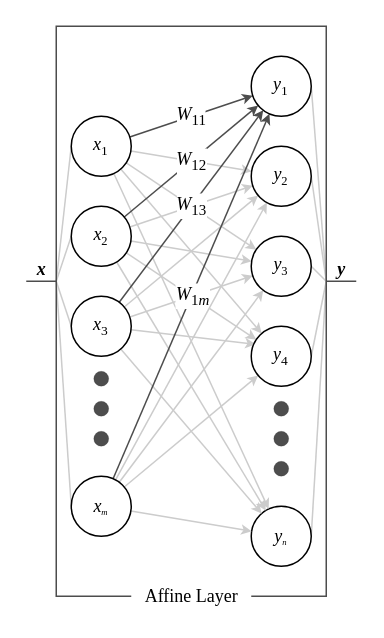
dragoon8192/LaundryTag keeps this draw.io diagram as img/layers.drawio. Above is the earlier version. Source tidied: cells renumbered, new cells numbered last; positions are measured from the earlier drawing's top-left corner, leaving out a move shared by most shapes. Both pictures are drawn from the tidied source at 150%, with x=0, y=0 at pixel (26, 26).
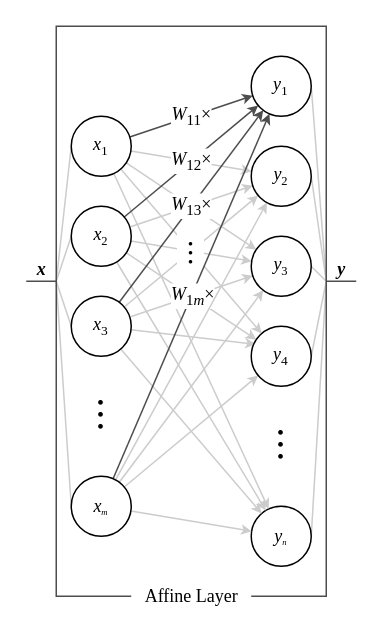
The same page after the edit.

Commit message:
layers.drawio を更新します

Unchanged cells that the change refers to:
```xml
<mxCell id="36" style="endArrow=classic;html=1;rounded=0;labelBackgroundColor=default;sketch=0;strokeColor=#4D4D4D;strokeWidth=1;fontFamily=Times New Roman;fontSize=12;fontColor=default;startSize=4;endSize=4;sourcePerimeterSpacing=0;targetPerimeterSpacing=0;shape=connector;jumpStyle=none;jumpSize=4;" parent="1" edge="1" source="49" target="50">
  <mxGeometry relative="1" as="geometry" />
</mxCell>
<mxCell id="46" value="&lt;font size=&quot;1&quot; face=&quot;Times New Roman&quot;&gt;&lt;i style=&quot;font-size: 12px;&quot;&gt;x&lt;/i&gt;&lt;/font&gt;&lt;font size=&quot;1&quot; face=&quot;Times New Roman&quot; style=&quot;&quot;&gt;&lt;sub style=&quot;font-size: 9px;&quot;&gt;1&lt;/sub&gt;&lt;/font&gt;" style="ellipse;whiteSpace=wrap;html=1;" parent="1" vertex="1">
  <mxGeometry x="30" y="60" width="40" height="40" as="geometry" />
</mxCell>
<mxCell id="47" value="&lt;font size=&quot;1&quot; face=&quot;Times New Roman&quot;&gt;&lt;i style=&quot;font-size: 12px;&quot;&gt;x&lt;/i&gt;&lt;/font&gt;&lt;font face=&quot;Times New Roman&quot; style=&quot;font-size: 10px;&quot;&gt;&lt;sub&gt;2&lt;/sub&gt;&lt;/font&gt;" style="ellipse;whiteSpace=wrap;html=1;" parent="1" vertex="1">
  <mxGeometry x="30" y="120" width="40" height="40" as="geometry" />
</mxCell>
<mxCell id="48" value="&lt;font size=&quot;1&quot; face=&quot;Times New Roman&quot;&gt;&lt;i style=&quot;font-size: 12px;&quot;&gt;x&lt;/i&gt;&lt;/font&gt;&lt;font size=&quot;1&quot; face=&quot;Times New Roman&quot; style=&quot;&quot;&gt;&lt;sub style=&quot;font-size: 9px;&quot;&gt;3&lt;/sub&gt;&lt;/font&gt;" style="ellipse;whiteSpace=wrap;html=1;" parent="1" vertex="1">
  <mxGeometry x="30" y="180" width="40" height="40" as="geometry" />
</mxCell>
<mxCell id="50" value="&lt;font face=&quot;Times New Roman&quot; style=&quot;&quot;&gt;&lt;span style=&quot;font-size: 12px;&quot;&gt;&lt;i style=&quot;&quot;&gt;y&lt;/i&gt;&lt;/span&gt;&lt;sub style=&quot;font-size: 9px;&quot;&gt;1&lt;/sub&gt;&lt;/font&gt;" style="ellipse;whiteSpace=wrap;html=1;" parent="1" vertex="1">
  <mxGeometry x="150" y="20" width="40" height="40" as="geometry" />
</mxCell>
<mxCell id="51" value="&lt;font size=&quot;1&quot; face=&quot;Times New Roman&quot;&gt;&lt;i style=&quot;font-size: 12px;&quot;&gt;y&lt;/i&gt;&lt;/font&gt;&lt;font face=&quot;Times New Roman&quot; style=&quot;font-size: 10px;&quot;&gt;&lt;sub&gt;2&lt;/sub&gt;&lt;/font&gt;" style="ellipse;whiteSpace=wrap;html=1;" parent="1" vertex="1">
  <mxGeometry x="150" y="80" width="40" height="40" as="geometry" />
</mxCell>
<mxCell id="52" value="&lt;font size=&quot;1&quot; face=&quot;Times New Roman&quot;&gt;&lt;i style=&quot;font-size: 12px;&quot;&gt;y&lt;/i&gt;&lt;/font&gt;&lt;font size=&quot;1&quot; face=&quot;Times New Roman&quot; style=&quot;&quot;&gt;&lt;sub style=&quot;font-size: 9px;&quot;&gt;4&lt;/sub&gt;&lt;/font&gt;" style="ellipse;whiteSpace=wrap;html=1;" parent="1" vertex="1">
  <mxGeometry x="150" y="200" width="40" height="40" as="geometry" />
</mxCell>
<mxCell id="53" value="&lt;font size=&quot;1&quot; face=&quot;Times New Roman&quot;&gt;&lt;i style=&quot;font-size: 12px;&quot;&gt;y&lt;/i&gt;&lt;/font&gt;&lt;font face=&quot;Times New Roman&quot; style=&quot;font-size: 10px;&quot;&gt;&lt;sub&gt;3&lt;/sub&gt;&lt;/font&gt;" style="ellipse;whiteSpace=wrap;html=1;" parent="1" vertex="1">
  <mxGeometry x="150" y="140" width="40" height="40" as="geometry" />
</mxCell>
```

Change to the diagram source:
```diff
@@
+    <mxCell id="28" style="endArrow=classic;html=1;rounded=0;labelBackgroundColor=default;sketch=0;strokeColor=#CCCCCC;strokeWidth=1;fontFamily=Times New Roman;fontSize=12;fontColor=default;startSize=4;endSize=4;sourcePerimeterSpacing=0;targetPerimeterSpacing=0;shape=connector;jumpStyle=none;jumpSize=4;" parent="1" edge="1" source="46" target="52">
+      <mxGeometry relative="1" as="geometry" />
+    </mxCell>
+    <mxCell id="33" style="endArrow=classic;html=1;rounded=0;labelBackgroundColor=default;sketch=0;strokeColor=#CCCCCC;strokeWidth=1;fontFamily=Times New Roman;fontSize=12;fontColor=default;startSize=4;endSize=4;sourcePerimeterSpacing=0;targetPerimeterSpacing=0;shape=connector;jumpStyle=none;jumpSize=4;" parent="1" edge="1" source="48" target="51">
+      <mxGeometry relative="1" as="geometry" />
+    </mxCell>
+    <mxCell id="30" style="endArrow=classic;html=1;rounded=0;labelBackgroundColor=default;sketch=0;strokeColor=#CCCCCC;strokeWidth=1;fontFamily=Times New Roman;fontSize=12;fontColor=default;startSize=4;endSize=4;sourcePerimeterSpacing=0;targetPerimeterSpacing=0;shape=connector;jumpStyle=none;jumpSize=4;" parent="1" edge="1" source="47" target="53">
+      <mxGeometry relative="1" as="geometry" />
+    </mxCell>
@@
-    <mxCell id="11" style="group;" parent="1" vertex="1">
+    <mxCell id="11" style="group;labelBackgroundColor=none;spacing=0;" parent="1" vertex="1">
       <mxGeometry x="20" width="180" height="390" as="geometry" />
     </mxCell>
@@
-    <mxCell id="15" style="group;" parent="1" vertex="1">
-      <mxGeometry x="45" y="230" width="10" height="50" as="geometry" />
-    </mxCell>
-    <mxCell id="16" style="ellipse;whiteSpace=wrap;html=1;strokeWidth=0;fontFamily=Times New Roman;fontSize=12;fillColor=#4D4D4D;" parent="15" vertex="1">
-      <mxGeometry width="10" height="10" as="geometry" />
-    </mxCell>
-    <mxCell id="17" style="ellipse;whiteSpace=wrap;html=1;strokeWidth=0;fontFamily=Times New Roman;fontSize=12;fillColor=#4D4D4D;" parent="15" vertex="1">
-      <mxGeometry y="20" width="10" height="10" as="geometry" />
-    </mxCell>
-    <mxCell id="18" style="ellipse;whiteSpace=wrap;html=1;strokeWidth=0;fontFamily=Times New Roman;fontSize=12;fillColor=#4D4D4D;" parent="15" vertex="1">
-      <mxGeometry y="40" width="10" height="10" as="geometry" />
-    </mxCell>
-    <mxCell id="19" style="group;" parent="1" vertex="1">
-      <mxGeometry x="165" y="250" width="10" height="50" as="geometry" />
-    </mxCell>
-    <mxCell id="20" style="ellipse;whiteSpace=wrap;html=1;strokeWidth=0;fontFamily=Times New Roman;fontSize=12;fillColor=#4D4D4D;" parent="19" vertex="1">
-      <mxGeometry width="10" height="10" as="geometry" />
-    </mxCell>
-    <mxCell id="21" style="ellipse;whiteSpace=wrap;html=1;strokeWidth=0;fontFamily=Times New Roman;fontSize=12;fillColor=#4D4D4D;" parent="19" vertex="1">
-      <mxGeometry y="20" width="10" height="10" as="geometry" />
-    </mxCell>
-    <mxCell id="22" style="ellipse;whiteSpace=wrap;html=1;strokeWidth=0;fontFamily=Times New Roman;fontSize=12;fillColor=#4D4D4D;" parent="19" vertex="1">
-      <mxGeometry y="40" width="10" height="10" as="geometry" />
-    </mxCell>
+    <mxCell id="54" value="&lt;span style=&quot;color: rgb(0, 0, 0); font-family: &amp;quot;Times New Roman&amp;quot;; font-size: 24px; font-style: normal; font-variant-ligatures: normal; font-variant-caps: normal; font-weight: 400; letter-spacing: normal; orphans: 2; text-indent: 0px; text-transform: none; widows: 2; word-spacing: 0px; -webkit-text-stroke-width: 0px; text-decoration-thickness: initial; text-decoration-style: initial; text-decoration-color: initial; float: none; display: inline !important;&quot;&gt;︙&lt;/span&gt;" style="text;whiteSpace=wrap;html=1;fontFamily=Times New Roman;align=center;verticalAlign=middle;fontSize=24;labelBackgroundColor=none;" parent="11" vertex="1">
+      <mxGeometry x="20" y="240" width="20" height="40" as="geometry" />
+    </mxCell>
+    <mxCell id="55" value="&lt;span style=&quot;color: rgb(0, 0, 0); font-family: &amp;quot;Times New Roman&amp;quot;; font-size: 24px; font-style: normal; font-variant-ligatures: normal; font-variant-caps: normal; font-weight: 400; letter-spacing: normal; orphans: 2; text-indent: 0px; text-transform: none; widows: 2; word-spacing: 0px; -webkit-text-stroke-width: 0px; text-decoration-thickness: initial; text-decoration-style: initial; text-decoration-color: initial; float: none; display: inline !important;&quot;&gt;︙&lt;/span&gt;" style="text;whiteSpace=wrap;html=1;fontFamily=Times New Roman;align=center;verticalAlign=middle;fontSize=24;labelBackgroundColor=none;" parent="11" vertex="1">
+      <mxGeometry x="140" y="260" width="20" height="40" as="geometry" />
+    </mxCell>
+    <mxCell id="56" value="&lt;span style=&quot;color: rgb(0, 0, 0); font-family: &amp;quot;Times New Roman&amp;quot;; font-style: normal; font-variant-ligatures: normal; font-variant-caps: normal; font-weight: 400; letter-spacing: normal; orphans: 2; text-indent: 0px; text-transform: none; widows: 2; word-spacing: 0px; -webkit-text-stroke-width: 0px; text-decoration-thickness: initial; text-decoration-style: initial; text-decoration-color: initial; float: none; display: inline !important;&quot;&gt;&lt;font style=&quot;font-size: 18px;&quot;&gt;︙&lt;/font&gt;&lt;/span&gt;" style="text;whiteSpace=wrap;html=1;fontFamily=Times New Roman;align=center;verticalAlign=middle;fontSize=24;spacing=0;labelBackgroundColor=default;" parent="11" vertex="1">
+      <mxGeometry x="80" y="130" width="20" height="40" as="geometry" />
+    </mxCell>
-    <mxCell id="23" value="&lt;span style=&quot;font-size: 12px;&quot;&gt;&lt;i style=&quot;&quot;&gt;W&lt;/i&gt;&lt;/span&gt;&lt;sub&gt;11&lt;/sub&gt;" style="endArrow=classic;html=1;rounded=0;labelBackgroundColor=default;sketch=0;strokeColor=#4D4D4D;strokeWidth=1;fontFamily=Times New Roman;fontSize=12;fontColor=default;startSize=4;endSize=4;sourcePerimeterSpacing=0;targetPerimeterSpacing=0;shape=connector;jumpStyle=none;jumpSize=4;" parent="1" edge="1" source="46" target="50">
+    <mxCell id="23" value="&lt;span style=&quot;font-size: 12px;&quot;&gt;&lt;i style=&quot;&quot;&gt;W&lt;/i&gt;&lt;/span&gt;&lt;sub&gt;11&lt;/sub&gt;×" style="endArrow=classic;html=1;rounded=0;labelBackgroundColor=default;sketch=0;strokeColor=#4D4D4D;strokeWidth=1;fontFamily=Times New Roman;fontSize=12;fontColor=default;startSize=4;endSize=4;sourcePerimeterSpacing=0;targetPerimeterSpacing=0;shape=connector;jumpStyle=none;jumpSize=4;" parent="1" edge="1" source="46" target="50">
       <mxGeometry relative="1" as="geometry" />
     </mxCell>
@@
-    <mxCell id="28" style="endArrow=classic;html=1;rounded=0;labelBackgroundColor=default;sketch=0;strokeColor=#CCCCCC;strokeWidth=1;fontFamily=Times New Roman;fontSize=12;fontColor=default;startSize=4;endSize=4;sourcePerimeterSpacing=0;targetPerimeterSpacing=0;shape=connector;jumpStyle=none;jumpSize=4;" parent="1" edge="1" source="46" target="52">
-      <mxGeometry relative="1" as="geometry" />
-    </mxCell>
@@
-    <mxCell id="30" style="endArrow=classic;html=1;rounded=0;labelBackgroundColor=default;sketch=0;strokeColor=#CCCCCC;strokeWidth=1;fontFamily=Times New Roman;fontSize=12;fontColor=default;startSize=4;endSize=4;sourcePerimeterSpacing=0;targetPerimeterSpacing=0;shape=connector;jumpStyle=none;jumpSize=4;" parent="1" edge="1" source="47" target="53">
-      <mxGeometry relative="1" as="geometry" />
-    </mxCell>
@@
-    <mxCell id="33" style="endArrow=classic;html=1;rounded=0;labelBackgroundColor=default;sketch=0;strokeColor=#CCCCCC;strokeWidth=1;fontFamily=Times New Roman;fontSize=12;fontColor=default;startSize=4;endSize=4;sourcePerimeterSpacing=0;targetPerimeterSpacing=0;shape=connector;jumpStyle=none;jumpSize=4;" parent="1" edge="1" source="48" target="51">
-      <mxGeometry relative="1" as="geometry" />
-    </mxCell>
@@
-    <mxCell id="37" value="&lt;i&gt;W&lt;/i&gt;&lt;sub&gt;1&lt;i&gt;m&lt;/i&gt;&lt;/sub&gt;" style="edgeLabel;html=1;align=center;verticalAlign=middle;fontSize=12;fontFamily=Times New Roman;fontColor=default;" parent="36" vertex="1">
+    <mxCell id="37" value="&lt;i&gt;W&lt;/i&gt;&lt;sub&gt;1&lt;i&gt;m&lt;/i&gt;&lt;/sub&gt;×" style="edgeLabel;html=1;align=center;verticalAlign=middle;fontSize=12;fontFamily=Times New Roman;fontColor=default;" parent="36" vertex="1">
       <mxGeometry x="0.1" y="-1" relative="1" as="geometry">
         <mxPoint x="-6" y="12" as="offset" />
       </mxGeometry>
     </mxCell>
@@
-    <mxCell id="43" value="&lt;i&gt;W&lt;/i&gt;&lt;sub&gt;12&lt;/sub&gt;" style="endArrow=classic;html=1;rounded=0;labelBackgroundColor=default;sketch=0;strokeColor=#4D4D4D;strokeWidth=1;fontFamily=Times New Roman;fontSize=12;fontColor=default;startSize=4;endSize=4;sourcePerimeterSpacing=0;targetPerimeterSpacing=0;shape=connector;jumpStyle=none;jumpSize=4;" parent="1" edge="1" source="47" target="50">
+    <mxCell id="43" value="&lt;i&gt;W&lt;/i&gt;&lt;sub&gt;12&lt;/sub&gt;×" style="endArrow=classic;html=1;rounded=0;labelBackgroundColor=default;sketch=0;strokeColor=#4D4D4D;strokeWidth=1;fontFamily=Times New Roman;fontSize=12;fontColor=default;startSize=4;endSize=4;sourcePerimeterSpacing=0;targetPerimeterSpacing=0;shape=connector;jumpStyle=none;jumpSize=4;" parent="1" edge="1" source="47" target="50">
       <mxGeometry relative="1" as="geometry" />
     </mxCell>
-    <mxCell id="44" value="&lt;i&gt;W&lt;/i&gt;&lt;sub&gt;13&lt;/sub&gt;" style="endArrow=classic;html=1;rounded=0;labelBackgroundColor=default;sketch=0;strokeColor=#4D4D4D;strokeWidth=1;fontFamily=Times New Roman;fontSize=12;fontColor=default;startSize=4;endSize=4;sourcePerimeterSpacing=0;targetPerimeterSpacing=0;shape=connector;jumpStyle=none;jumpSize=4;" parent="1" edge="1" source="48" target="50">
+    <mxCell id="44" value="&lt;i&gt;W&lt;/i&gt;&lt;sub&gt;13&lt;/sub&gt;×" style="endArrow=classic;html=1;rounded=0;labelBackgroundColor=default;sketch=0;strokeColor=#4D4D4D;strokeWidth=1;fontFamily=Times New Roman;fontSize=12;fontColor=default;startSize=4;endSize=4;sourcePerimeterSpacing=0;targetPerimeterSpacing=0;shape=connector;jumpStyle=none;jumpSize=4;" parent="1" edge="1" source="48" target="50">
       <mxGeometry relative="1" as="geometry" />
     </mxCell>
```
